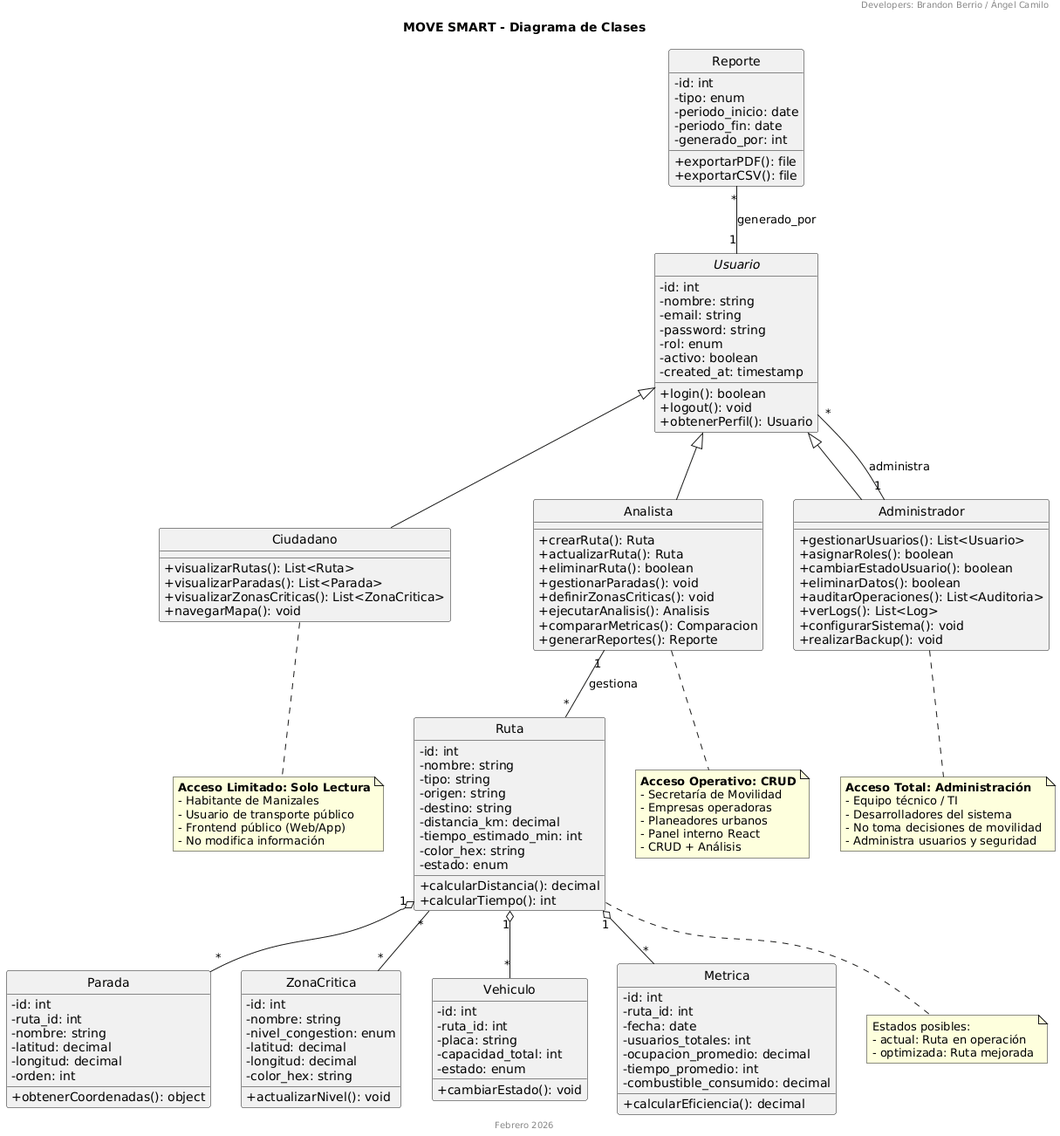
Before: docs/diagrama_clases.png, a diagram exported from PlantUML (Shadow-inmutable/Proyecto-MoveSmart).
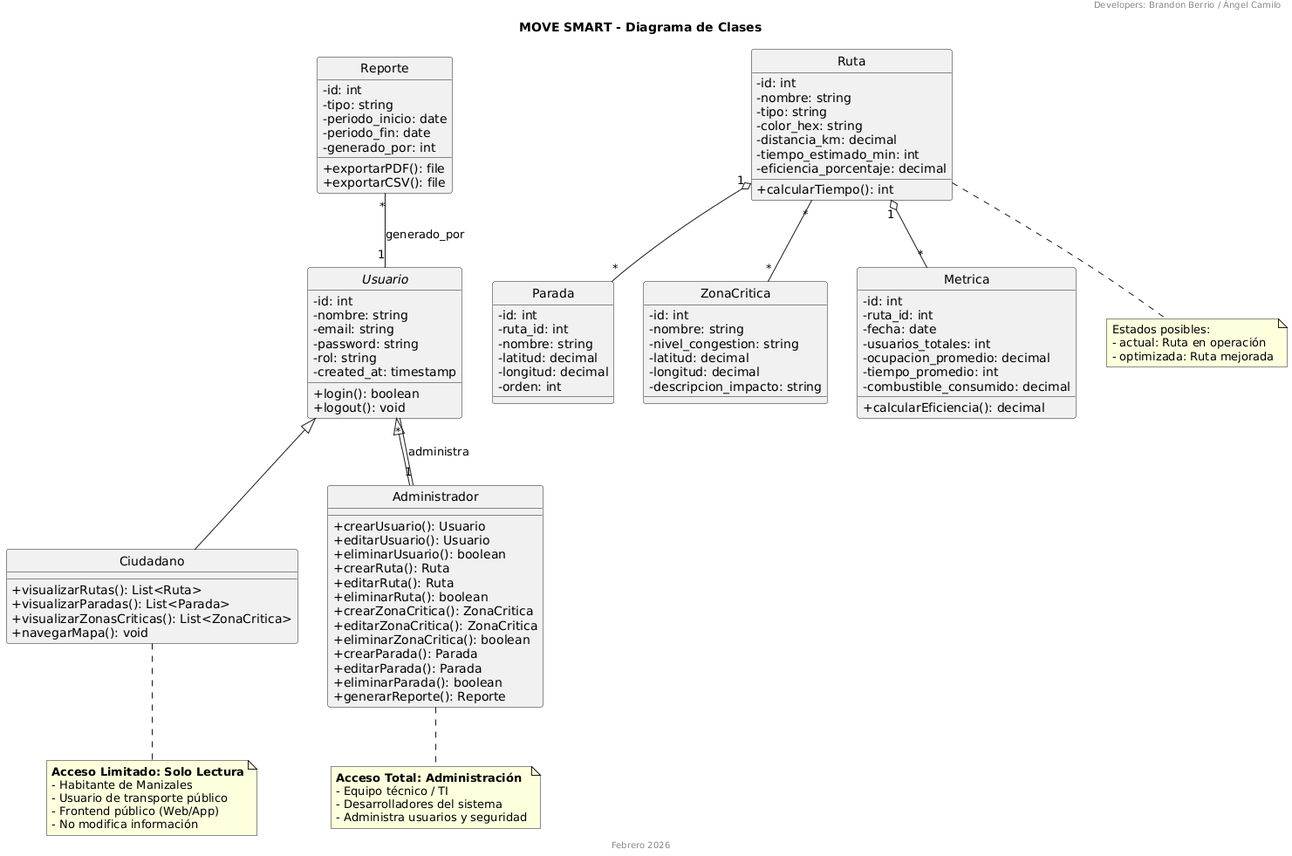
The same diagram one commit later.

Commit message:
(docs): se optimizan diagramas de clases y de casos de uso con versionamiento final.

The edit, as a diff of the source:
```diff
@@ -12,12 +12,10 @@
   - nombre: string
   - email: string
   - password: string
-  - rol: enum
-  - activo: boolean
+  - rol: string
   - created_at: timestamp
   + login(): boolean
   + logout(): void
-  + obtenerPerfil(): Usuario
 }
 
 class Ciudadano {
@@ -27,43 +25,33 @@
   + navegarMapa(): void
 }
 
-class Analista {
+class Administrador {
+  + crearUsuario(): Usuario
+  + editarUsuario(): Usuario
+  + eliminarUsuario(): boolean
   + crearRuta(): Ruta
-  + actualizarRuta(): Ruta
+  + editarRuta(): Ruta
   + eliminarRuta(): boolean
-  + gestionarParadas(): void
-  + definirZonasCriticas(): void
-  + ejecutarAnalisis(): Analisis
-  + compararMetricas(): Comparacion
-  + generarReportes(): Reporte
-}
-
-class Administrador {
-  + gestionarUsuarios(): List<Usuario>
-  + asignarRoles(): boolean
-  + cambiarEstadoUsuario(): boolean
-  + eliminarDatos(): boolean
-  + auditarOperaciones(): List<Auditoria>
-  + verLogs(): List<Log>
-  + configurarSistema(): void
-  + realizarBackup(): void
+  + crearZonaCritica(): ZonaCritica
+  + editarZonaCritica(): ZonaCritica
+  + eliminarZonaCritica(): boolean
+  + crearParada(): Parada
+  + editarParada(): Parada
+  + eliminarParada(): boolean
+  + generarReporte(): Reporte
 }
 
 Usuario <|-- Ciudadano
-Usuario <|-- Analista
 Usuario <|-- Administrador
 
 class Ruta {
   - id: int
   - nombre: string
   - tipo: string
-  - origen: string
-  - destino: string
+  - color_hex: string
   - distancia_km: decimal
   - tiempo_estimado_min: int
-  - color_hex: string
-  - estado: enum
-  + calcularDistancia(): decimal
+  - eficiencia_porcentaje: decimal
   + calcularTiempo(): int
 }
 
@@ -74,26 +62,15 @@
   - latitud: decimal
   - longitud: decimal
   - orden: int
-  + obtenerCoordenadas(): object
 }
 
 class ZonaCritica {
   - id: int
   - nombre: string
-  - nivel_congestion: enum
+  - nivel_congestion: string
   - latitud: decimal
   - longitud: decimal
-  - color_hex: string
-  + actualizarNivel(): void
-}
-
-class Vehiculo {
-  - id: int
-  - ruta_id: int
-  - placa: string
-  - capacidad_total: int
-  - estado: enum
-  + cambiarEstado(): void
+  - descripcion_impacto: string
 }
 
 class Metrica {
@@ -109,7 +86,7 @@
 
 class Reporte {
   - id: int
-  - tipo: enum
+  - tipo: string
   - periodo_inicio: date
   - periodo_fin: date
   - generado_por: int
@@ -118,10 +95,8 @@
 }
 
 Ruta "1" o-- "*" Parada
-Ruta "1" o-- "*" Vehiculo
+Ruta "*" -- "*" ZonaCritica
 Ruta "1" o-- "*" Metrica
-Ruta "*" -- "*" ZonaCritica
-Analista "1" -- "*" Ruta : gestiona
 Administrador "1" -- "*" Usuario : administra
 Reporte "*" -- "1" Usuario : generado_por
 
@@ -133,20 +108,10 @@
   - No modifica información
 end note
 
-note bottom of Analista
-  **Acceso Operativo: CRUD**
-  - Secretaría de Movilidad
-  - Empresas operadoras
-  - Planeadores urbanos
-  - Panel interno React
-  - CRUD + Análisis
-end note
-
 note bottom of Administrador
   **Acceso Total: Administración**
   - Equipo técnico / TI
   - Desarrolladores del sistema
-  - No toma decisiones de movilidad
   - Administra usuarios y seguridad
 end note
 
```
